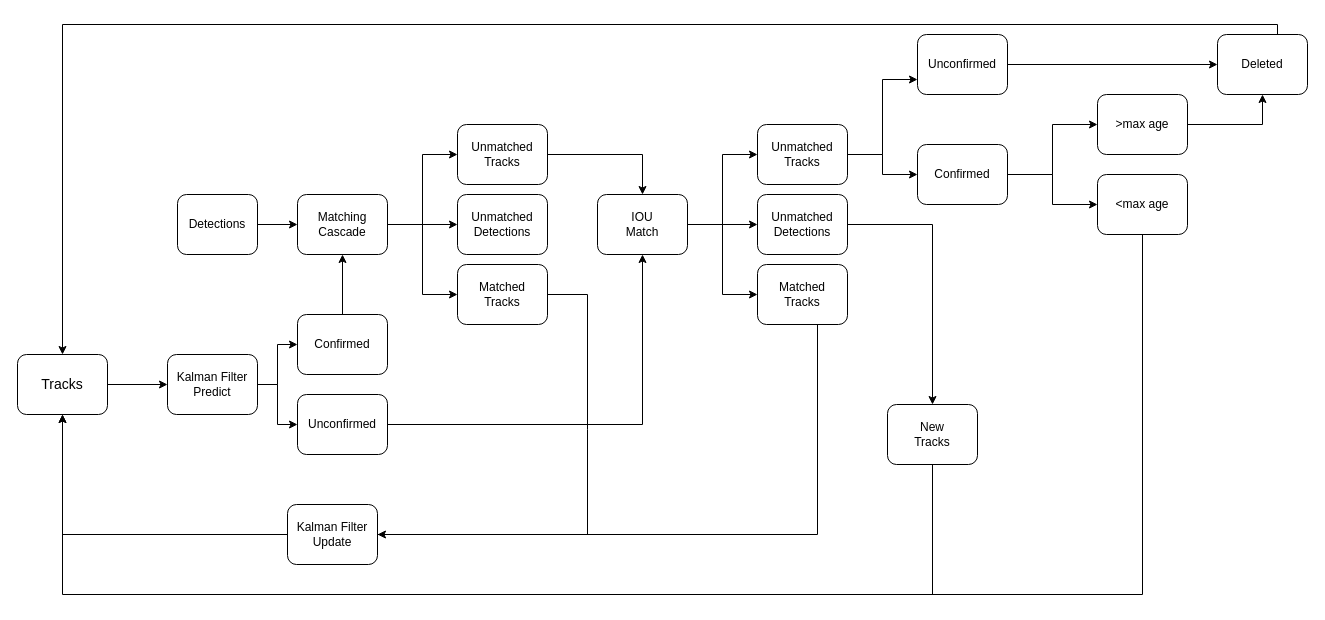
Earlier version of the draw.io diagram deepsort.drawio (ye-guo/Code-). Source tidied: cells renumbered, new cells numbered last; positions are measured from the earlier drawing's top-left corner, leaving out a move shared by most shapes. Both pictures are drawn from the tidied source at 100%, with x=0, y=0 at pixel (17, 24).
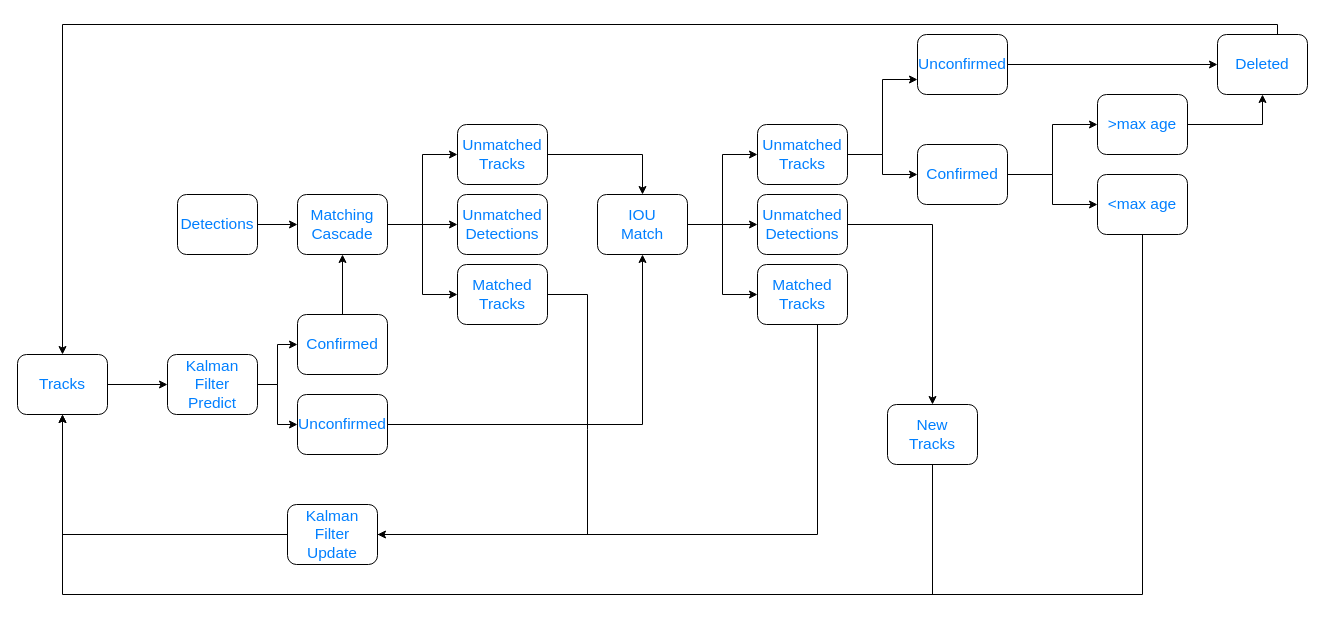
The same diagram, later.

What changed in the source:
```diff
@@
-    <mxCell id="2" style="edgeStyle=orthogonalEdgeStyle;rounded=0;jettySize=auto;html=1;entryX=0;entryY=0.5;entryDx=0;entryDy=0;" parent="1" edge="1" source="3" target="6">
+    <mxCell id="2" style="edgeStyle=orthogonalEdgeStyle;rounded=0;jettySize=auto;html=1;entryX=0;entryY=0.5;entryDx=0;entryDy=0;fontSize=15.5;fontColor=#007FFF;" parent="1" edge="1" source="3" target="6">
       <mxGeometry relative="1" as="geometry" />
     </mxCell>
-    <mxCell id="3" value="&lt;font style=&quot;font-size: 14px;&quot;&gt;Tracks&lt;/font&gt;" style="rounded=1;whiteSpace=wrap;html=1;" parent="1" vertex="1">
+    <mxCell id="3" value="&lt;font style=&quot;font-size: 15.5px;&quot;&gt;Tracks&lt;/font&gt;" style="rounded=1;whiteSpace=wrap;html=1;fontSize=15.5;fontColor=#007FFF;" parent="1" vertex="1">
       <mxGeometry y="330" width="90" height="60" as="geometry" />
     </mxCell>
-    <mxCell id="4" style="edgeStyle=orthogonalEdgeStyle;rounded=0;jettySize=auto;html=1;entryX=0;entryY=0.5;entryDx=0;entryDy=0;" parent="1" edge="1" source="6" target="8">
+    <mxCell id="4" style="edgeStyle=orthogonalEdgeStyle;rounded=0;jettySize=auto;html=1;entryX=0;entryY=0.5;entryDx=0;entryDy=0;fontSize=15.5;fontColor=#007FFF;" parent="1" edge="1" source="6" target="8">
       <mxGeometry relative="1" as="geometry" />
     </mxCell>
-    <mxCell id="5" style="edgeStyle=orthogonalEdgeStyle;rounded=0;jettySize=auto;html=1;entryX=0;entryY=0.5;entryDx=0;entryDy=0;" parent="1" edge="1" source="6" target="10">
+    <mxCell id="5" style="edgeStyle=orthogonalEdgeStyle;rounded=0;jettySize=auto;html=1;entryX=0;entryY=0.5;entryDx=0;entryDy=0;fontSize=15.5;fontColor=#007FFF;" parent="1" edge="1" source="6" target="10">
       <mxGeometry relative="1" as="geometry" />
     </mxCell>
-    <mxCell id="6" value="&lt;div align=&quot;center&quot;&gt;Kalman Filter &lt;br&gt;Predict&lt;/div&gt;" style="rounded=1;whiteSpace=wrap;html=1;align=center;" parent="1" vertex="1">
+    <mxCell id="6" value="&lt;div style=&quot;font-size: 15.5px;&quot; align=&quot;center&quot;&gt;Kalman Filter &lt;br style=&quot;font-size: 15.5px;&quot;&gt;Predict&lt;/div&gt;" style="rounded=1;whiteSpace=wrap;html=1;align=center;fontSize=15.5;fontColor=#007FFF;" parent="1" vertex="1">
       <mxGeometry x="150" y="330" width="90" height="60" as="geometry" />
     </mxCell>
-    <mxCell id="7" style="edgeStyle=orthogonalEdgeStyle;rounded=0;jettySize=auto;html=1;entryX=0.5;entryY=1;entryDx=0;entryDy=0;" parent="1" edge="1" source="8" target="16">
+    <mxCell id="7" style="edgeStyle=orthogonalEdgeStyle;rounded=0;jettySize=auto;html=1;entryX=0.5;entryY=1;entryDx=0;entryDy=0;fontSize=15.5;fontColor=#007FFF;" parent="1" edge="1" source="8" target="16">
       <mxGeometry relative="1" as="geometry" />
     </mxCell>
-    <mxCell id="8" value="Confirmed" style="rounded=1;whiteSpace=wrap;html=1;align=center;" parent="1" vertex="1">
+    <mxCell id="8" value="Confirmed" style="rounded=1;whiteSpace=wrap;html=1;align=center;fontSize=15.5;fontColor=#007FFF;" parent="1" vertex="1">
       <mxGeometry x="280" y="290" width="90" height="60" as="geometry" />
     </mxCell>
-    <mxCell id="9" style="edgeStyle=orthogonalEdgeStyle;rounded=0;jettySize=auto;html=1;" parent="1" edge="1" source="10" target="24">
+    <mxCell id="9" style="edgeStyle=orthogonalEdgeStyle;rounded=0;jettySize=auto;html=1;fontSize=15.5;fontColor=#007FFF;" parent="1" edge="1" source="10" target="24">
       <mxGeometry relative="1" as="geometry" />
     </mxCell>
-    <mxCell id="10" value="Unconfirmed" style="rounded=1;whiteSpace=wrap;html=1;align=center;" parent="1" vertex="1">
+    <mxCell id="10" value="Unconfirmed" style="rounded=1;whiteSpace=wrap;html=1;align=center;fontSize=15.5;fontColor=#007FFF;" parent="1" vertex="1">
       <mxGeometry x="280" y="370" width="90" height="60" as="geometry" />
     </mxCell>
-    <mxCell id="11" style="edgeStyle=orthogonalEdgeStyle;rounded=0;jettySize=auto;html=1;entryX=0;entryY=0.5;entryDx=0;entryDy=0;" parent="1" edge="1" source="12" target="16">
+    <mxCell id="11" style="edgeStyle=orthogonalEdgeStyle;rounded=0;jettySize=auto;html=1;entryX=0;entryY=0.5;entryDx=0;entryDy=0;fontSize=15.5;fontColor=#007FFF;" parent="1" edge="1" source="12" target="16">
       <mxGeometry relative="1" as="geometry" />
     </mxCell>
-    <mxCell id="12" value="Detections" style="rounded=1;whiteSpace=wrap;html=1;align=center;" parent="1" vertex="1">
+    <mxCell id="12" value="Detections" style="rounded=1;whiteSpace=wrap;html=1;align=center;fontSize=15.5;fontColor=#007FFF;" parent="1" vertex="1">
       <mxGeometry x="160" y="170" width="80" height="60" as="geometry" />
     </mxCell>
-    <mxCell id="13" style="edgeStyle=orthogonalEdgeStyle;rounded=0;jettySize=auto;html=1;entryX=0;entryY=0.5;entryDx=0;entryDy=0;" parent="1" edge="1" source="16" target="19">
+    <mxCell id="13" style="edgeStyle=orthogonalEdgeStyle;rounded=0;jettySize=auto;html=1;entryX=0;entryY=0.5;entryDx=0;entryDy=0;fontSize=15.5;fontColor=#007FFF;" parent="1" edge="1" source="16" target="19">
       <mxGeometry relative="1" as="geometry" />
     </mxCell>
-    <mxCell id="14" style="edgeStyle=orthogonalEdgeStyle;rounded=0;jettySize=auto;html=1;entryX=0;entryY=0.5;entryDx=0;entryDy=0;" parent="1" edge="1" source="16" target="20">
+    <mxCell id="14" style="edgeStyle=orthogonalEdgeStyle;rounded=0;jettySize=auto;html=1;entryX=0;entryY=0.5;entryDx=0;entryDy=0;fontSize=15.5;fontColor=#007FFF;" parent="1" edge="1" source="16" target="20">
       <mxGeometry relative="1" as="geometry" />
     </mxCell>
-    <mxCell id="15" style="edgeStyle=orthogonalEdgeStyle;rounded=0;jettySize=auto;html=1;entryX=0;entryY=0.5;entryDx=0;entryDy=0;" parent="1" edge="1" source="16" target="18">
+    <mxCell id="15" style="edgeStyle=orthogonalEdgeStyle;rounded=0;jettySize=auto;html=1;entryX=0;entryY=0.5;entryDx=0;entryDy=0;fontSize=15.5;fontColor=#007FFF;" parent="1" edge="1" source="16" target="18">
       <mxGeometry relative="1" as="geometry" />
     </mxCell>
-    <mxCell id="16" value="Matching&lt;br&gt;Cascade" style="rounded=1;whiteSpace=wrap;html=1;align=center;" parent="1" vertex="1">
+    <mxCell id="16" value="Matching&lt;br style=&quot;font-size: 15.5px;&quot;&gt;Cascade" style="rounded=1;whiteSpace=wrap;html=1;align=center;fontSize=15.5;fontColor=#007FFF;" parent="1" vertex="1">
       <mxGeometry x="280" y="170" width="90" height="60" as="geometry" />
     </mxCell>
-    <mxCell id="17" style="edgeStyle=orthogonalEdgeStyle;rounded=0;jettySize=auto;html=1;entryX=0.5;entryY=0;entryDx=0;entryDy=0;" parent="1" edge="1" source="18" target="24">
+    <mxCell id="17" style="edgeStyle=orthogonalEdgeStyle;rounded=0;jettySize=auto;html=1;entryX=0.5;entryY=0;entryDx=0;entryDy=0;fontSize=15.5;fontColor=#007FFF;" parent="1" edge="1" source="18" target="24">
       <mxGeometry relative="1" as="geometry" />
     </mxCell>
-    <mxCell id="18" value="&lt;div&gt;Unmatched&lt;/div&gt;&lt;div&gt;Tracks&lt;br&gt;&lt;/div&gt;" style="rounded=1;whiteSpace=wrap;html=1;align=center;" parent="1" vertex="1">
+    <mxCell id="18" value="&lt;div style=&quot;font-size: 15.5px;&quot;&gt;Unmatched&lt;/div&gt;&lt;div style=&quot;font-size: 15.5px;&quot;&gt;Tracks&lt;br style=&quot;font-size: 15.5px;&quot;&gt;&lt;/div&gt;" style="rounded=1;whiteSpace=wrap;html=1;align=center;fontSize=15.5;fontColor=#007FFF;" parent="1" vertex="1">
       <mxGeometry x="440" y="100" width="90" height="60" as="geometry" />
     </mxCell>
-    <mxCell id="19" value="&lt;div&gt;Unmatched&lt;/div&gt;&lt;div&gt;Detections&lt;br&gt;&lt;/div&gt;" style="rounded=1;whiteSpace=wrap;html=1;align=center;" parent="1" vertex="1">
+    <mxCell id="19" value="&lt;div style=&quot;font-size: 15.5px;&quot;&gt;Unmatched&lt;/div&gt;&lt;div style=&quot;font-size: 15.5px;&quot;&gt;Detections&lt;br style=&quot;font-size: 15.5px;&quot;&gt;&lt;/div&gt;" style="rounded=1;whiteSpace=wrap;html=1;align=center;fontSize=15.5;fontColor=#007FFF;" parent="1" vertex="1">
       <mxGeometry x="440" y="170" width="90" height="60" as="geometry" />
     </mxCell>
-    <mxCell id="20" value="Matched&lt;br&gt;Tracks" style="rounded=1;whiteSpace=wrap;html=1;align=center;" parent="1" vertex="1">
+    <mxCell id="20" value="Matched&lt;br style=&quot;font-size: 15.5px;&quot;&gt;Tracks" style="rounded=1;whiteSpace=wrap;html=1;align=center;fontSize=15.5;fontColor=#007FFF;" parent="1" vertex="1">
       <mxGeometry x="440" y="240" width="90" height="60" as="geometry" />
     </mxCell>
-    <mxCell id="21" style="edgeStyle=orthogonalEdgeStyle;rounded=0;jettySize=auto;html=1;entryX=0;entryY=0.5;entryDx=0;entryDy=0;" parent="1" edge="1" source="24" target="33">
+    <mxCell id="21" style="edgeStyle=orthogonalEdgeStyle;rounded=0;jettySize=auto;html=1;entryX=0;entryY=0.5;entryDx=0;entryDy=0;fontSize=15.5;fontColor=#007FFF;" parent="1" edge="1" source="24" target="33">
       <mxGeometry relative="1" as="geometry" />
     </mxCell>
-    <mxCell id="22" style="edgeStyle=orthogonalEdgeStyle;rounded=0;jettySize=auto;html=1;entryX=0;entryY=0.5;entryDx=0;entryDy=0;" parent="1" edge="1" source="24" target="30">
+    <mxCell id="22" style="edgeStyle=orthogonalEdgeStyle;rounded=0;jettySize=auto;html=1;entryX=0;entryY=0.5;entryDx=0;entryDy=0;fontSize=15.5;fontColor=#007FFF;" parent="1" edge="1" source="24" target="30">
       <mxGeometry relative="1" as="geometry" />
     </mxCell>
-    <mxCell id="23" style="edgeStyle=orthogonalEdgeStyle;rounded=0;jettySize=auto;html=1;entryX=0;entryY=0.5;entryDx=0;entryDy=0;" parent="1" edge="1" source="24" target="26">
+    <mxCell id="23" style="edgeStyle=orthogonalEdgeStyle;rounded=0;jettySize=auto;html=1;entryX=0;entryY=0.5;entryDx=0;entryDy=0;fontSize=15.5;fontColor=#007FFF;" parent="1" edge="1" source="24" target="26">
       <mxGeometry relative="1" as="geometry" />
     </mxCell>
-    <mxCell id="24" value="IOU&lt;br&gt;Match" style="rounded=1;whiteSpace=wrap;html=1;align=center;" parent="1" vertex="1">
+    <mxCell id="24" value="IOU&lt;br style=&quot;font-size: 15.5px;&quot;&gt;Match" style="rounded=1;whiteSpace=wrap;html=1;align=center;fontSize=15.5;fontColor=#007FFF;" parent="1" vertex="1">
       <mxGeometry x="580" y="170" width="90" height="60" as="geometry" />
     </mxCell>
-    <mxCell id="25" style="edgeStyle=orthogonalEdgeStyle;rounded=0;jettySize=auto;html=1;entryX=1;entryY=0.5;entryDx=0;entryDy=0;" parent="1" edge="1" source="26" target="28">
+    <mxCell id="25" style="edgeStyle=orthogonalEdgeStyle;rounded=0;jettySize=auto;html=1;entryX=1;entryY=0.5;entryDx=0;entryDy=0;fontSize=15.5;fontColor=#007FFF;" parent="1" edge="1" source="26" target="28">
       <mxGeometry relative="1" as="geometry">
         <Array as="points">
           <mxPoint x="800" y="510" />
         </Array>
       </mxGeometry>
     </mxCell>
-    <mxCell id="26" value="Matched&lt;br&gt;Tracks" style="rounded=1;whiteSpace=wrap;html=1;align=center;" parent="1" vertex="1">
+    <mxCell id="26" value="Matched&lt;br style=&quot;font-size: 15.5px;&quot;&gt;Tracks" style="rounded=1;whiteSpace=wrap;html=1;align=center;fontSize=15.5;fontColor=#007FFF;" parent="1" vertex="1">
       <mxGeometry x="740" y="240" width="90" height="60" as="geometry" />
     </mxCell>
-    <mxCell id="27" style="edgeStyle=orthogonalEdgeStyle;rounded=0;jettySize=auto;html=1;entryX=0.5;entryY=1;entryDx=0;entryDy=0;" parent="1" edge="1" source="28" target="3">
+    <mxCell id="27" style="edgeStyle=orthogonalEdgeStyle;rounded=0;jettySize=auto;html=1;entryX=0.5;entryY=1;entryDx=0;entryDy=0;fontSize=15.5;fontColor=#007FFF;" parent="1" edge="1" source="28" target="3">
       <mxGeometry relative="1" as="geometry" />
     </mxCell>
-    <mxCell id="28" value="&lt;div&gt;Kalman Filter&lt;/div&gt;&lt;div&gt;Update&lt;br&gt;&lt;/div&gt;" style="rounded=1;whiteSpace=wrap;html=1;align=center;" parent="1" vertex="1">
+    <mxCell id="28" value="&lt;div style=&quot;font-size: 15.5px;&quot;&gt;Kalman Filter&lt;/div&gt;&lt;div style=&quot;font-size: 15.5px;&quot;&gt;Update&lt;br style=&quot;font-size: 15.5px;&quot;&gt;&lt;/div&gt;" style="rounded=1;whiteSpace=wrap;html=1;align=center;fontSize=15.5;fontColor=#007FFF;" parent="1" vertex="1">
       <mxGeometry x="270" y="480" width="90" height="60" as="geometry" />
     </mxCell>
-    <mxCell id="29" style="edgeStyle=orthogonalEdgeStyle;rounded=0;jettySize=auto;html=1;" parent="1" edge="1" source="30" target="43">
+    <mxCell id="29" style="edgeStyle=orthogonalEdgeStyle;rounded=0;jettySize=auto;html=1;fontSize=15.5;fontColor=#007FFF;" parent="1" edge="1" source="30" target="43">
       <mxGeometry relative="1" as="geometry" />
     </mxCell>
-    <mxCell id="30" value="&lt;div&gt;Unmatched&lt;/div&gt;&lt;div&gt;Detections&lt;br&gt;&lt;/div&gt;" style="rounded=1;whiteSpace=wrap;html=1;align=center;" parent="1" vertex="1">
+    <mxCell id="30" value="&lt;div style=&quot;font-size: 15.5px;&quot;&gt;Unmatched&lt;/div&gt;&lt;div style=&quot;font-size: 15.5px;&quot;&gt;Detections&lt;br style=&quot;font-size: 15.5px;&quot;&gt;&lt;/div&gt;" style="rounded=1;whiteSpace=wrap;html=1;align=center;fontSize=15.5;fontColor=#007FFF;" parent="1" vertex="1">
       <mxGeometry x="740" y="170" width="90" height="60" as="geometry" />
     </mxCell>
-    <mxCell id="31" style="edgeStyle=orthogonalEdgeStyle;rounded=0;jettySize=auto;html=1;entryX=0;entryY=0.75;entryDx=0;entryDy=0;" parent="1" edge="1" source="33" target="38">
+    <mxCell id="31" style="edgeStyle=orthogonalEdgeStyle;rounded=0;jettySize=auto;html=1;entryX=0;entryY=0.75;entryDx=0;entryDy=0;fontSize=15.5;fontColor=#007FFF;" parent="1" edge="1" source="33" target="38">
       <mxGeometry relative="1" as="geometry" />
     </mxCell>
-    <mxCell id="32" style="edgeStyle=orthogonalEdgeStyle;rounded=0;jettySize=auto;html=1;entryX=0;entryY=0.5;entryDx=0;entryDy=0;" parent="1" edge="1" source="33" target="36">
+    <mxCell id="32" style="edgeStyle=orthogonalEdgeStyle;rounded=0;jettySize=auto;html=1;entryX=0;entryY=0.5;entryDx=0;entryDy=0;fontSize=15.5;fontColor=#007FFF;" parent="1" edge="1" source="33" target="36">
       <mxGeometry relative="1" as="geometry" />
     </mxCell>
-    <mxCell id="33" value="&lt;div&gt;Unmatched&lt;/div&gt;&lt;div&gt;Tracks&lt;br&gt;&lt;/div&gt;" style="rounded=1;whiteSpace=wrap;html=1;align=center;" parent="1" vertex="1">
+    <mxCell id="33" value="&lt;div style=&quot;font-size: 15.5px;&quot;&gt;Unmatched&lt;/div&gt;&lt;div style=&quot;font-size: 15.5px;&quot;&gt;Tracks&lt;br style=&quot;font-size: 15.5px;&quot;&gt;&lt;/div&gt;" style="rounded=1;whiteSpace=wrap;html=1;align=center;fontSize=15.5;fontColor=#007FFF;" parent="1" vertex="1">
       <mxGeometry x="740" y="100" width="90" height="60" as="geometry" />
     </mxCell>
-    <mxCell id="34" style="edgeStyle=orthogonalEdgeStyle;rounded=0;jettySize=auto;html=1;entryX=0;entryY=0.5;entryDx=0;entryDy=0;" parent="1" edge="1" source="36" target="40">
+    <mxCell id="34" style="edgeStyle=orthogonalEdgeStyle;rounded=0;jettySize=auto;html=1;entryX=0;entryY=0.5;entryDx=0;entryDy=0;fontSize=15.5;fontColor=#007FFF;" parent="1" edge="1" source="36" target="40">
       <mxGeometry relative="1" as="geometry" />
     </mxCell>
-    <mxCell id="35" style="edgeStyle=orthogonalEdgeStyle;rounded=0;jettySize=auto;html=1;" parent="1" edge="1" source="36" target="42">
+    <mxCell id="35" style="edgeStyle=orthogonalEdgeStyle;rounded=0;jettySize=auto;html=1;fontSize=15.5;fontColor=#007FFF;" parent="1" edge="1" source="36" target="42">
       <mxGeometry relative="1" as="geometry" />
     </mxCell>
-    <mxCell id="36" value="Confirmed" style="rounded=1;whiteSpace=wrap;html=1;align=center;" parent="1" vertex="1">
+    <mxCell id="36" value="Confirmed" style="rounded=1;whiteSpace=wrap;html=1;align=center;fontSize=15.5;fontColor=#007FFF;" parent="1" vertex="1">
       <mxGeometry x="900" y="120" width="90" height="60" as="geometry" />
     </mxCell>
-    <mxCell id="37" style="edgeStyle=orthogonalEdgeStyle;rounded=0;jettySize=auto;html=1;entryX=0;entryY=0.5;entryDx=0;entryDy=0;" parent="1" edge="1" source="38" target="45">
+    <mxCell id="37" style="edgeStyle=orthogonalEdgeStyle;rounded=0;jettySize=auto;html=1;entryX=0;entryY=0.5;entryDx=0;entryDy=0;fontSize=15.5;fontColor=#007FFF;" parent="1" edge="1" source="38" target="45">
       <mxGeometry relative="1" as="geometry" />
     </mxCell>
-    <mxCell id="38" value="Unconfirmed" style="rounded=1;whiteSpace=wrap;html=1;align=center;" parent="1" vertex="1">
+    <mxCell id="38" value="Unconfirmed" style="rounded=1;whiteSpace=wrap;html=1;align=center;fontSize=15.5;fontColor=#007FFF;" parent="1" vertex="1">
       <mxGeometry x="900" y="10" width="90" height="60" as="geometry" />
     </mxCell>
-    <mxCell id="39" style="edgeStyle=orthogonalEdgeStyle;rounded=0;jettySize=auto;html=1;entryX=0.5;entryY=1;entryDx=0;entryDy=0;" parent="1" edge="1" source="40" target="45">
+    <mxCell id="39" style="edgeStyle=orthogonalEdgeStyle;rounded=0;jettySize=auto;html=1;entryX=0.5;entryY=1;entryDx=0;entryDy=0;fontSize=15.5;fontColor=#007FFF;" parent="1" edge="1" source="40" target="45">
       <mxGeometry relative="1" as="geometry" />
     </mxCell>
-    <mxCell id="40" value="&amp;gt;max age" style="rounded=1;whiteSpace=wrap;html=1;align=center;" parent="1" vertex="1">
+    <mxCell id="40" value="&amp;gt;max age" style="rounded=1;whiteSpace=wrap;html=1;align=center;fontSize=15.5;fontColor=#007FFF;" parent="1" vertex="1">
       <mxGeometry x="1080" y="70" width="90" height="60" as="geometry" />
     </mxCell>
-    <mxCell id="41" style="edgeStyle=orthogonalEdgeStyle;rounded=0;jettySize=auto;html=1;" parent="1" edge="1" source="42" target="3">
+    <mxCell id="41" style="edgeStyle=orthogonalEdgeStyle;rounded=0;jettySize=auto;html=1;fontSize=15.5;fontColor=#007FFF;" parent="1" edge="1" source="42" target="3">
       <mxGeometry relative="1" as="geometry">
         <Array as="points">
           <mxPoint x="1125" y="570" />
           <mxPoint x="45" y="570" />
         </Array>
       </mxGeometry>
     </mxCell>
-    <mxCell id="42" value="&amp;lt;max age" style="rounded=1;whiteSpace=wrap;html=1;align=center;" parent="1" vertex="1">
+    <mxCell id="42" value="&amp;lt;max age" style="rounded=1;whiteSpace=wrap;html=1;align=center;fontSize=15.5;fontColor=#007FFF;" parent="1" vertex="1">
       <mxGeometry x="1080" y="150" width="90" height="60" as="geometry" />
     </mxCell>
-    <mxCell id="43" value="New &lt;br&gt;Tracks" style="rounded=1;whiteSpace=wrap;html=1;align=center;" parent="1" vertex="1">
+    <mxCell id="43" value="New &lt;br style=&quot;font-size: 15.5px;&quot;&gt;Tracks" style="rounded=1;whiteSpace=wrap;html=1;align=center;fontSize=15.5;fontColor=#007FFF;" parent="1" vertex="1">
       <mxGeometry x="870" y="380" width="90" height="60" as="geometry" />
     </mxCell>
-    <mxCell id="44" style="edgeStyle=orthogonalEdgeStyle;rounded=0;jettySize=auto;html=1;entryX=0.5;entryY=0;entryDx=0;entryDy=0;" parent="1" edge="1" source="45" target="3">
+    <mxCell id="44" style="edgeStyle=orthogonalEdgeStyle;rounded=0;jettySize=auto;html=1;entryX=0.5;entryY=0;entryDx=0;entryDy=0;fontSize=15.5;fontColor=#007FFF;" parent="1" edge="1" source="45" target="3">
       <mxGeometry relative="1" as="geometry">
         <Array as="points">
           <mxPoint x="1260" />
           <mxPoint x="45" />
         </Array>
       </mxGeometry>
     </mxCell>
-    <mxCell id="45" value="Deleted" style="rounded=1;whiteSpace=wrap;html=1;align=center;" parent="1" vertex="1">
+    <mxCell id="45" value="Deleted" style="rounded=1;whiteSpace=wrap;html=1;align=center;fontSize=15.5;fontColor=#007FFF;" parent="1" vertex="1">
       <mxGeometry x="1200" y="10" width="90" height="60" as="geometry" />
     </mxCell>
-    <mxCell id="46" style="endArrow=none;html=1;rounded=0;exitX=1;exitY=0.5;exitDx=0;exitDy=0;" parent="1" edge="1" source="28">
+    <mxCell id="46" style="endArrow=none;html=1;rounded=0;exitX=1;exitY=0.5;exitDx=0;exitDy=0;fontSize=15.5;fontColor=#007FFF;" parent="1" edge="1" source="28">
       <mxGeometry relative="1" as="geometry">
         <mxPoint x="570" y="270" as="targetPoint" />
         <Array as="points">
           <mxPoint x="570" y="510" />
           <mxPoint x="570" y="405" />
         </Array>
       </mxGeometry>
     </mxCell>
-    <mxCell id="47" style="endArrow=none;html=1;rounded=0;exitX=1;exitY=0.5;exitDx=0;exitDy=0;" parent="1" edge="1" source="20">
+    <mxCell id="47" style="endArrow=none;html=1;rounded=0;exitX=1;exitY=0.5;exitDx=0;exitDy=0;fontSize=15.5;fontColor=#007FFF;" parent="1" edge="1" source="20">
       <mxGeometry relative="1" as="geometry">
         <mxPoint x="570" y="270" as="targetPoint" />
       </mxGeometry>
     </mxCell>
-    <mxCell id="48" style="endArrow=none;html=1;rounded=0;exitX=0.5;exitY=1;exitDx=0;exitDy=0;" parent="1" edge="1" source="43">
+    <mxCell id="48" style="endArrow=none;html=1;rounded=0;exitX=0.5;exitY=1;exitDx=0;exitDy=0;fontSize=15.5;fontColor=#007FFF;" parent="1" edge="1" source="43">
       <mxGeometry relative="1" as="geometry">
         <mxPoint x="915" y="570" as="targetPoint" />
       </mxGeometry>
     </mxCell>
```
